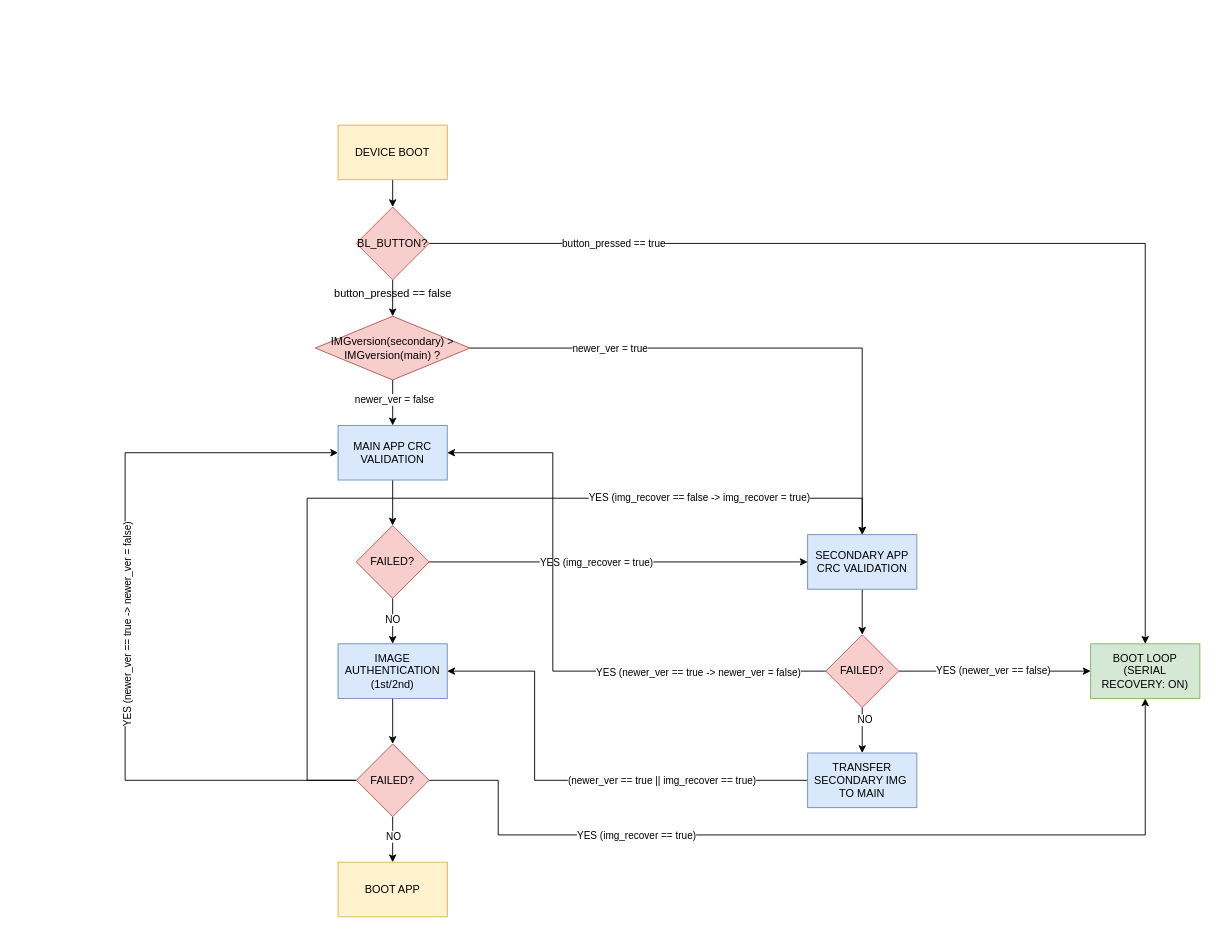
Before: docs/bootloader_boot_sequence.drawio in gpappasv/stm32_bootloader, a draw.io diagram. Source tidied: cells renumbered, new cells numbered last; positions are measured from the earlier drawing's top-left corner, leaving out a move shared by most shapes. Both pictures are drawn from the tidied source at 91%, with x=0, y=0 at pixel (125, 125).
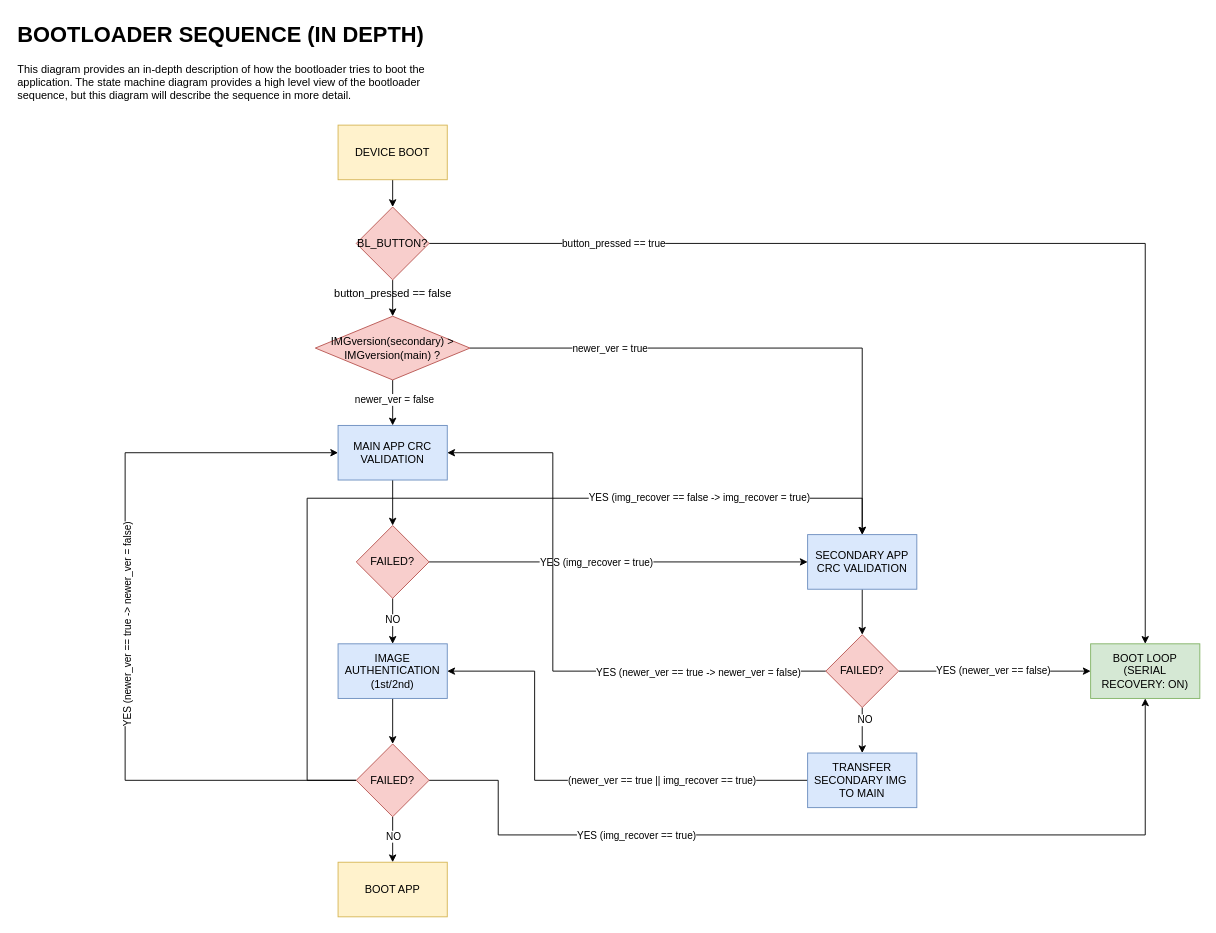
After the change.

Commit message (it also covers changes not shown here):
[bootloader: fsm] Bootloader state machine finalization (v1) and documentation

Change to the diagram source:
```diff
@@
+    <mxCell id="46" value="&lt;h1 style=&quot;margin-top: 0px;&quot;&gt;BOOTLOADER SEQUENCE (IN DEPTH)&lt;/h1&gt;&lt;p&gt;This diagram provides an in-depth description of how the bootloader tries to boot the application. The state machine diagram provides a high level view of the bootloader sequence, but this diagram will describe the sequence in more detail.&lt;/p&gt;" style="text;html=1;whiteSpace=wrap;overflow=hidden;rounded=0;" parent="1" vertex="1">
+      <mxGeometry x="-120" y="-120" width="480" height="120" as="geometry" />
+    </mxCell>
```
